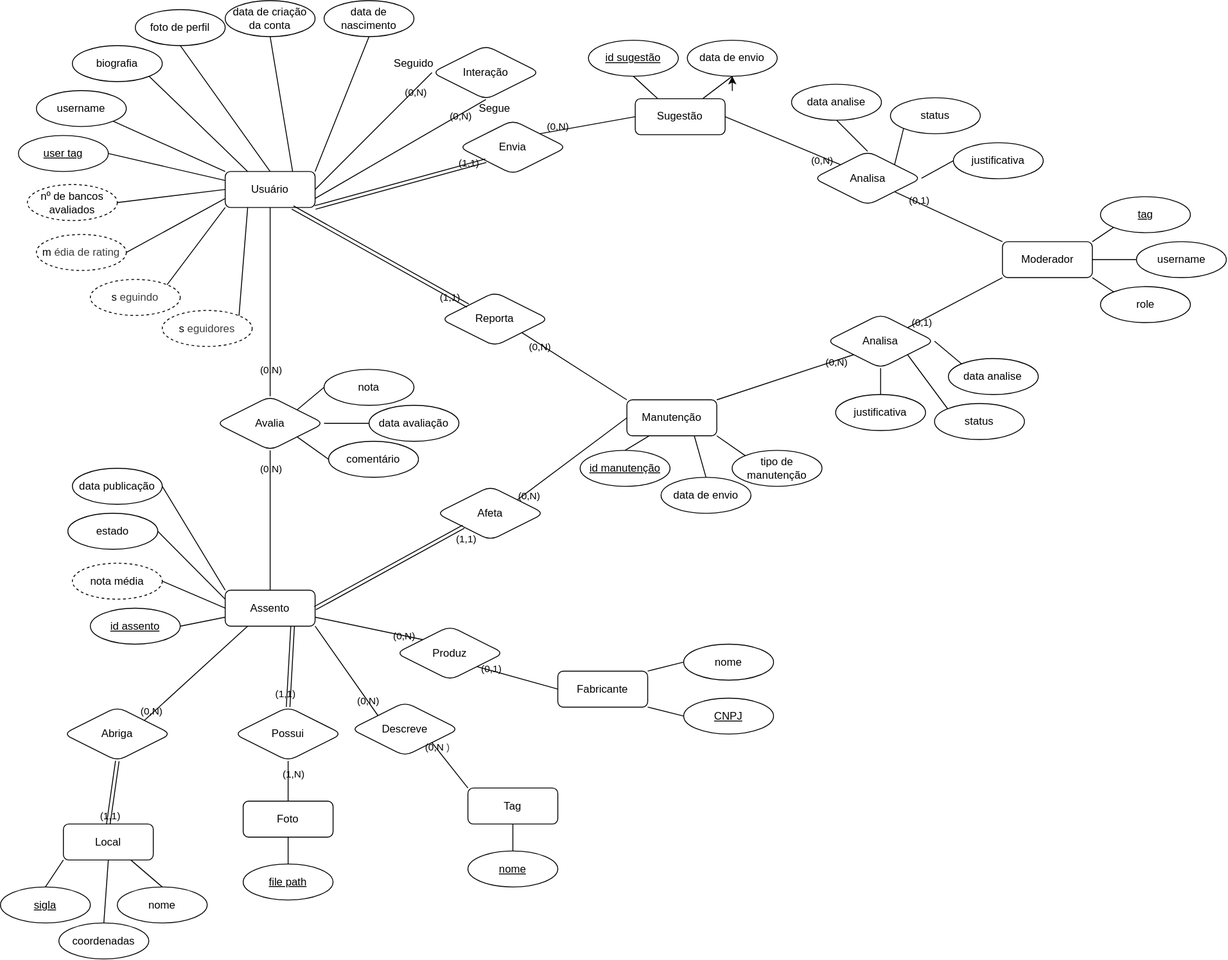
Before: diagram.drawio.svg, a diagram exported from draw.io (Segohui/Dados-de-Bancos---DB). Source tidied: cells renumbered, new cells last; positions are measured from the earlier drawing's top-left corner, leaving out a move shared by most shapes.
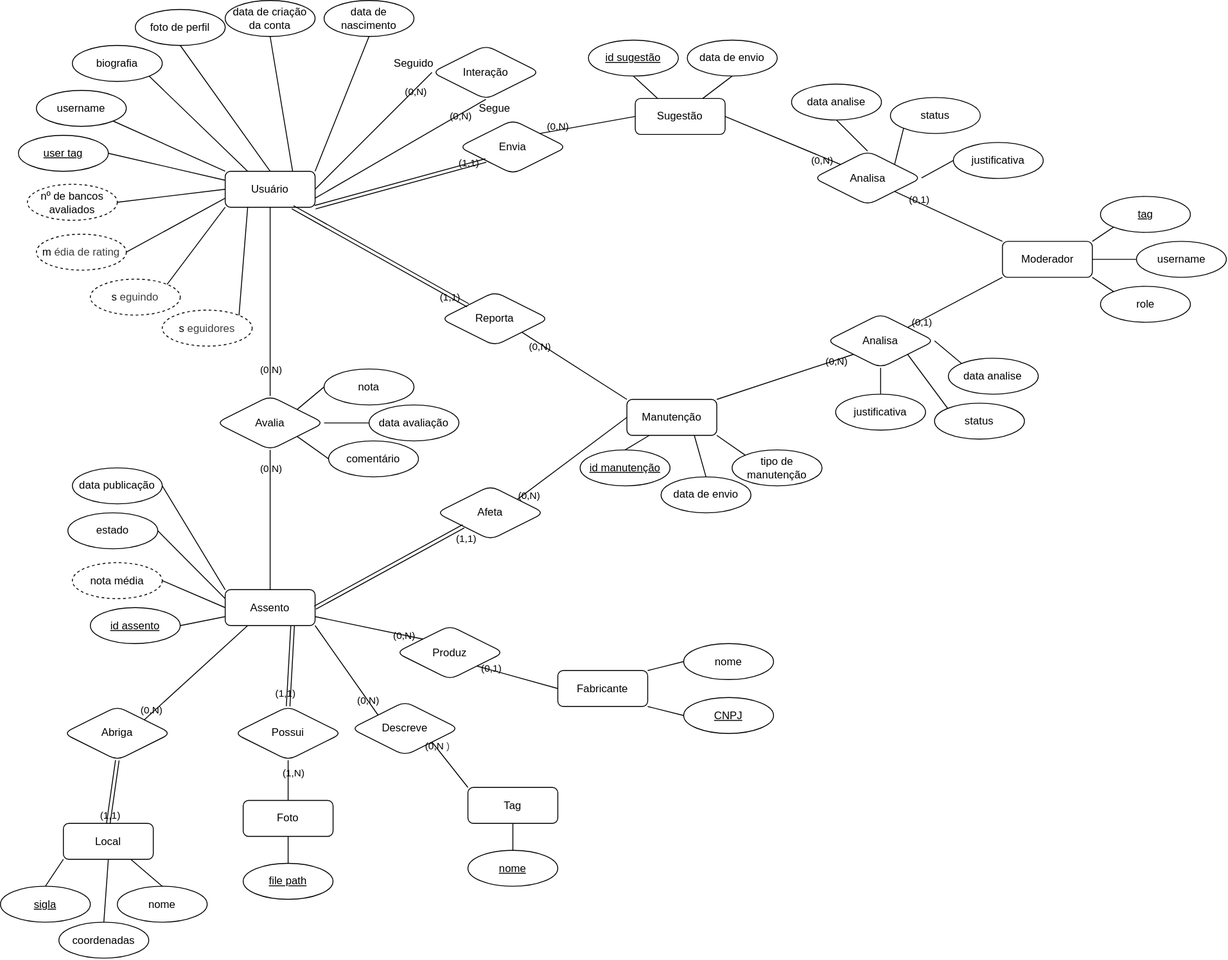
After the commit.

Commit message:
removed rendering miskate

What changed in the source:
```diff
@@ -376,9 +376,6 @@
     <mxCell id="119" style="edgeStyle=orthogonalEdgeStyle;rounded=1;orthogonalLoop=1;jettySize=auto;html=1;innerLoopWaypoints=1;exitX=0.5;exitY=1;exitDx=0;exitDy=0;labelBackgroundColor=none;fontColor=default;" parent="1" edge="1" source="110" target="110">
       <mxGeometry relative="1" as="geometry" />
     </mxCell>
-    <mxCell id="120" style="edgeStyle=orthogonalEdgeStyle;rounded=1;orthogonalLoop=1;jettySize=auto;html=1;innerLoopWaypoints=1;exitX=0.5;exitY=1;exitDx=0;exitDy=0;labelBackgroundColor=none;fontColor=default;" parent="1" edge="1" source="87" target="87">
-      <mxGeometry relative="1" as="geometry" />
-    </mxCell>
     <mxCell id="121" style="shape=link;html=1;rounded=1;exitX=0.5;exitY=0;exitDx=0;exitDy=0;entryX=0.5;entryY=1;entryDx=0;entryDy=0;labelBackgroundColor=none;fontColor=default;" parent="1" edge="1" source="4" target="3">
       <mxGeometry relative="1" as="geometry" />
     </mxCell>
```
